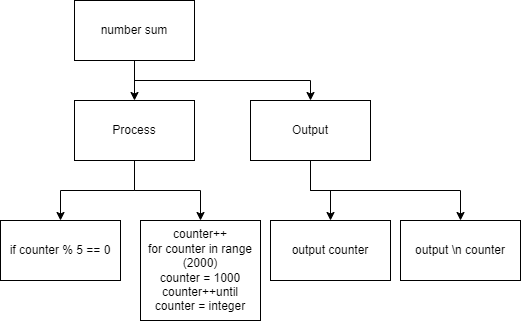
Above: plan.png in devin-jhu/ICS3U-Unit4-07-Python (draw.io), before the change. Source tidied: cells renumbered, new cells last; positions are measured from the earlier drawing's top-left corner, leaving out a move shared by most shapes.
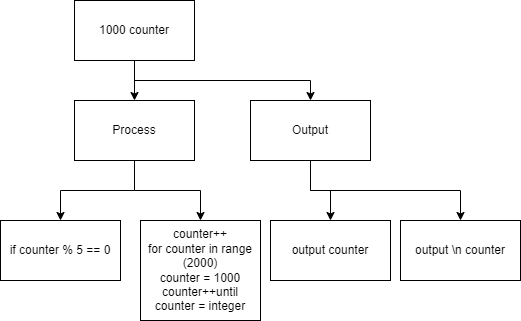
Later version of the same file.

Change to the diagram source:
```diff
@@ -8,7 +8,7 @@
     <mxCell id="3" style="edgeStyle=orthogonalEdgeStyle;rounded=0;html=1;exitX=0.5;exitY=1;exitDx=0;exitDy=0;" parent="1" edge="1" source="4" target="10">
       <mxGeometry relative="1" as="geometry" />
     </mxCell>
-    <mxCell id="4" value="number sum" style="rounded=0;whiteSpace=wrap;html=1;" parent="1" vertex="1">
+    <mxCell id="4" value="1000 counter" style="rounded=0;whiteSpace=wrap;html=1;" parent="1" vertex="1">
       <mxGeometry x="74" width="120" height="60" as="geometry" />
     </mxCell>
     <mxCell id="5" style="edgeStyle=orthogonalEdgeStyle;html=1;exitX=0.5;exitY=1;exitDx=0;exitDy=0;rounded=0;" parent="1" edge="1" source="7" target="11">
```
